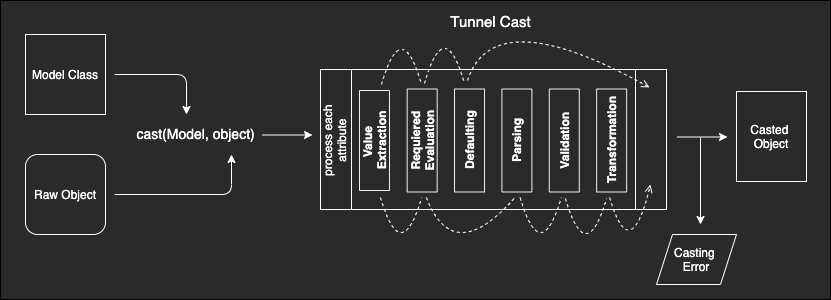
Before: packages/tunnel-cast/docs/casting-process-lean.png, a diagram exported from draw.io (OfirTheOne/tunnel-cast-modules). Source tidied: cells renumbered, new cells last; positions are measured from the earlier drawing's top-left corner, leaving out a move shared by most shapes.
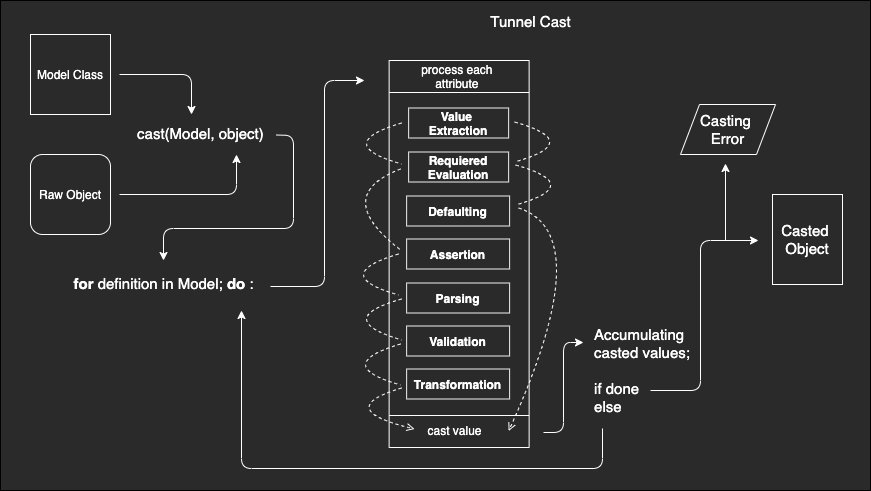
After the commit.

Change to the diagram source:
```diff
@@ -3,7 +3,7 @@
     <mxCell id="0" />
     <mxCell id="1" parent="0" />
     <mxCell id="2" style="rounded=0;whiteSpace=wrap;html=1;fillColor=#2A2A2A;" parent="1" vertex="1">
-      <mxGeometry width="830" height="299" as="geometry" />
+      <mxGeometry x="-40" width="870" height="490" as="geometry" />
     </mxCell>
     <mxCell id="3" value="&lt;span style=&quot;font-style: normal&quot;&gt;&lt;font color=&quot;#ffffff&quot;&gt;Tunnel Cast&lt;/font&gt;&lt;/span&gt;" style="text;html=1;align=center;verticalAlign=middle;strokeWidth=1;fontSize=15;fontStyle=2;" parent="1" vertex="1">
       <mxGeometry x="440" y="11" width="100" height="20" as="geometry" />
@@ -12,154 +12,220 @@
       <mxGeometry x="31" y="34" width="770" height="250" as="geometry" />
     </mxCell>
     <mxCell id="5" value="&lt;font color=&quot;#ffffff&quot;&gt;Raw Object&lt;/font&gt;" style="rounded=1;whiteSpace=wrap;html=1;fillColor=#2A2A2A;strokeColor=#FFFFFF;" parent="4" vertex="1">
-      <mxGeometry x="-6" y="120" width="80" height="80" as="geometry" />
+      <mxGeometry x="-41" y="120" width="80" height="80" as="geometry" />
     </mxCell>
     <mxCell id="6" style="endArrow=classic;html=1;verticalAlign=middle;strokeColor=#FFFFFF;" parent="4" edge="1">
       <mxGeometry relative="1" as="geometry">
-        <mxPoint x="83" y="40" as="sourcePoint" />
-        <mxPoint x="155" y="80" as="targetPoint" />
+        <mxPoint x="48" y="40" as="sourcePoint" />
+        <mxPoint x="120" y="80" as="targetPoint" />
         <Array as="points">
-          <mxPoint x="155" y="40" />
+          <mxPoint x="120" y="40" />
         </Array>
       </mxGeometry>
     </mxCell>
     <mxCell id="7" value="&lt;font color=&quot;#ffffff&quot;&gt;Model Class&lt;/font&gt;" style="whiteSpace=wrap;html=1;fillColor=#2A2A2A;strokeColor=#FFFFFF;" parent="4" vertex="1">
-      <mxGeometry x="-6" width="80" height="80" as="geometry" />
+      <mxGeometry x="-41" width="80" height="80" as="geometry" />
     </mxCell>
     <mxCell id="8" style="endArrow=classic;html=1;strokeColor=#FFFFFF;" parent="4" edge="1">
       <mxGeometry relative="1" as="geometry">
-        <mxPoint x="83" y="160" as="sourcePoint" />
-        <mxPoint x="200" y="120" as="targetPoint" />
+        <mxPoint x="48" y="160" as="sourcePoint" />
+        <mxPoint x="165" y="120" as="targetPoint" />
         <Array as="points">
-          <mxPoint x="200" y="160" />
+          <mxPoint x="165" y="160" />
         </Array>
       </mxGeometry>
     </mxCell>
-    <mxCell id="9" value="&lt;font style=&quot;font-size: 14px&quot; color=&quot;#ffffff&quot;&gt;cast(&lt;/font&gt;&lt;span style=&quot;color: rgb(255 , 255 , 255) ; font-size: 14px&quot;&gt;Model,&amp;nbsp;&lt;/span&gt;&lt;font style=&quot;font-size: 14px&quot; color=&quot;#ffffff&quot;&gt;object)&amp;nbsp;&lt;/font&gt;" style="text;html=1;align=center;verticalAlign=middle;" parent="4" vertex="1">
-      <mxGeometry x="96" y="89" width="140" height="20" as="geometry" />
+    <mxCell id="9" value="&lt;font style=&quot;font-size: 15px&quot;&gt;&lt;font style=&quot;font-size: 15px&quot; color=&quot;#ffffff&quot;&gt;cast(&lt;/font&gt;&lt;span style=&quot;color: rgb(255 , 255 , 255)&quot;&gt;Model,&amp;nbsp;&lt;/span&gt;&lt;font style=&quot;font-size: 15px&quot; color=&quot;#ffffff&quot;&gt;object)&amp;nbsp;&lt;/font&gt;&lt;/font&gt;" style="text;html=1;align=center;verticalAlign=middle;" parent="4" vertex="1">
+      <mxGeometry x="56" y="89" width="150" height="20" as="geometry" />
     </mxCell>
     <mxCell id="10" style="endArrow=classic;html=1;strokeColor=#FFFFFF;" parent="4" edge="1">
       <mxGeometry relative="1" as="geometry">
-        <mxPoint x="231" y="100.5" as="sourcePoint" />
-        <mxPoint x="281" y="100.5" as="targetPoint" />
+        <mxPoint x="205" y="100.5" as="sourcePoint" />
+        <mxPoint x="92" y="226" as="targetPoint" />
+        <Array as="points">
+          <mxPoint x="222" y="101" />
+          <mxPoint x="222" y="194" />
+          <mxPoint x="92" y="194" />
+        </Array>
       </mxGeometry>
     </mxCell>
-    <mxCell id="11" style="endArrow=classic;html=1;fontColor=#FFFFFF;fontSize=12;strokeColor=#FFFFFF;" parent="4" edge="1">
-      <mxGeometry relative="1" as="geometry">
-        <mxPoint x="646" y="102.5" as="sourcePoint" />
-        <mxPoint x="696" y="102.5" as="targetPoint" />
-      </mxGeometry>
-    </mxCell>
-    <mxCell id="12" value="&lt;font color=&quot;#ffffff&quot;&gt;&lt;span&gt;Casted&amp;nbsp;&lt;/span&gt;&lt;br&gt;&lt;span&gt;Object&lt;/span&gt;&lt;/font&gt;" style="rounded=0;whiteSpace=wrap;html=1;fillColor=#2A2A2A;strokeColor=#FFFFFF;" parent="4" vertex="1">
-      <mxGeometry x="705" y="57" width="70" height="90" as="geometry" />
-    </mxCell>
     <mxCell id="13" style="endArrow=classic;html=1;fontSize=12;fontColor=#FFFFFF;strokeColor=#FFFFFF;" parent="4" edge="1">
       <mxGeometry relative="1" as="geometry">
-        <mxPoint x="669" y="103" as="sourcePoint" />
-        <mxPoint x="669" y="190" as="targetPoint" />
+        <mxPoint x="654" y="206" as="sourcePoint" />
+        <mxPoint x="654" y="129" as="targetPoint" />
       </mxGeometry>
     </mxCell>
-    <mxCell id="14" value="&lt;font color=&quot;#ffffff&quot;&gt;Casting &lt;br&gt;Error&lt;/font&gt;" style="shape=parallelogram;perimeter=parallelogramPerimeter;whiteSpace=wrap;html=1;strokeWidth=1;fontSize=12;fillColor=#2A2A2A;strokeColor=#FFFFFF;" parent="4" vertex="1">
-      <mxGeometry x="625" y="200" width="80" height="50" as="geometry" />
+    <mxCell id="14" value="&lt;font color=&quot;#ffffff&quot; style=&quot;font-size: 15px&quot;&gt;Casting &lt;br&gt;Error&lt;/font&gt;" style="shape=parallelogram;perimeter=parallelogramPerimeter;whiteSpace=wrap;html=1;strokeWidth=1;fontSize=12;fillColor=#2A2A2A;strokeColor=#FFFFFF;" parent="4" vertex="1">
+      <mxGeometry x="609" y="70" width="95" height="50" as="geometry" />
     </mxCell>
-    <mxCell id="15" style="group;" parent="1" vertex="1">
-      <mxGeometry x="320" y="69" width="346" height="140" as="geometry" />
-    </mxCell>
-    <mxCell id="16" style="shape=process;whiteSpace=wrap;html=1;backgroundOutline=1;strokeColor=#FFFFFF;fillColor=#2A2A2A;size=0.08928571428571429;" parent="15" vertex="1">
-      <mxGeometry width="346" height="140" as="geometry" />
-    </mxCell>
+    <mxCell id="32" style="group;" parent="1" vertex="1">
+      <mxGeometry x="288" y="60" width="270" height="387" as="geometry" />
+    </mxCell>
+    <mxCell id="33" style="shape=process;whiteSpace=wrap;html=1;backgroundOutline=1;strokeColor=#FFFFFF;fillColor=#2A2A2A;size=0.08293838862559241;rotation=90;" parent="32" vertex="1">
+      <mxGeometry x="-62.9" y="123.5" width="387" height="140" as="geometry" />
+    </mxCell>
+    <mxCell id="34" style="group;" parent="32" vertex="1">
+      <mxGeometry y="0.6" width="270" height="347.8" as="geometry" />
+    </mxCell>
+    <mxCell id="35" style="group;rotation=90;" parent="34" vertex="1">
+      <mxGeometry x="-38.9" y="38.9" width="347.8" height="270" as="geometry" />
+    </mxCell>
+    <mxCell id="28" style="endArrow=none;dashed=1;html=1;curved=1;strokeColor=#FFFFFF;" parent="35" edge="1">
+      <mxGeometry relative="1" as="geometry">
+        <mxPoint x="226" y="65" as="sourcePoint" />
+        <mxPoint x="226" y="105" as="targetPoint" />
+        <Array as="points">
+          <mxPoint x="296" y="85" />
+        </Array>
+      </mxGeometry>
+    </mxCell>
+    <mxCell id="29" style="endArrow=open;dashed=1;html=1;curved=1;endFill=0;strokeColor=#FFFFFF;" parent="35" edge="1">
+      <mxGeometry relative="1" as="geometry">
+        <mxPoint x="229" y="108" as="sourcePoint" />
+        <mxPoint x="219" y="331" as="targetPoint" />
+        <Array as="points">
+          <mxPoint x="309" y="134" />
+        </Array>
+      </mxGeometry>
+    </mxCell>
+    <mxCell id="31" style="endArrow=none;dashed=1;html=1;curved=1;strokeColor=#FFFFFF;" parent="35" edge="1">
+      <mxGeometry relative="1" as="geometry">
+        <mxPoint x="225" y="22" as="sourcePoint" />
+        <mxPoint x="225" y="62" as="targetPoint" />
+        <Array as="points">
+          <mxPoint x="295" y="42" />
+        </Array>
+      </mxGeometry>
+    </mxCell>
-    <mxCell id="17" value="&lt;font color=&quot;#ffffff&quot;&gt;process each&amp;nbsp;&lt;br style=&quot;font-size: 12px&quot;&gt;attribute&amp;nbsp;&lt;/font&gt;" style="text;html=1;align=center;verticalAlign=middle;fontSize=12;rotation=270;" parent="15" vertex="1">
-      <mxGeometry x="-30.9" y="55" width="90" height="30" as="geometry" />
+    <mxCell id="17" value="&lt;font color=&quot;#ffffff&quot;&gt;process each&amp;nbsp;&lt;br style=&quot;font-size: 12px&quot;&gt;attribute&amp;nbsp;&lt;/font&gt;" style="text;html=1;align=center;verticalAlign=middle;fontSize=12;rotation=360;" parent="35" vertex="1">
+      <mxGeometry x="124" y="-39" width="90" height="30" as="geometry" />
     </mxCell>
+    <mxCell id="30" style="endArrow=none;dashed=1;html=1;curved=1;strokeColor=#FFFFFF;" parent="35" edge="1">
+      <mxGeometry relative="1" as="geometry">
+        <mxPoint x="112" y="23" as="sourcePoint" />
+        <mxPoint x="112" y="64" as="targetPoint" />
+        <Array as="points">
+          <mxPoint x="42" y="44" />
+        </Array>
+      </mxGeometry>
+    </mxCell>
+    <mxCell id="36" style="endArrow=none;dashed=1;html=1;curved=1;strokeColor=#FFFFFF;" parent="35" edge="1">
+      <mxGeometry relative="1" as="geometry">
+        <mxPoint x="109" y="154" as="sourcePoint" />
+        <mxPoint x="109" y="195" as="targetPoint" />
+        <Array as="points">
+          <mxPoint x="39" y="175" />
+        </Array>
+      </mxGeometry>
+    </mxCell>
+    <mxCell id="23" style="endArrow=open;dashed=1;html=1;curved=1;endFill=0;strokeColor=#FFFFFF;" parent="35" edge="1">
+      <mxGeometry relative="1" as="geometry">
+        <mxPoint x="112" y="288" as="sourcePoint" />
+        <mxPoint x="125" y="329" as="targetPoint" />
+        <Array as="points">
+          <mxPoint x="42" y="309" />
+        </Array>
+      </mxGeometry>
+    </mxCell>
+    <mxCell id="24" style="endArrow=none;dashed=1;html=1;curved=1;strokeColor=#FFFFFF;" parent="35" edge="1">
+      <mxGeometry relative="1" as="geometry">
+        <mxPoint x="111" y="244" as="sourcePoint" />
+        <mxPoint x="111" y="285" as="targetPoint" />
+        <Array as="points">
+          <mxPoint x="41" y="265" />
+        </Array>
+      </mxGeometry>
+    </mxCell>
+    <mxCell id="25" style="endArrow=none;dashed=1;html=1;curved=1;strokeColor=#FFFFFF;" parent="35" edge="1">
+      <mxGeometry relative="1" as="geometry">
+        <mxPoint x="112" y="199" as="sourcePoint" />
+        <mxPoint x="112" y="240" as="targetPoint" />
+        <Array as="points">
+          <mxPoint x="42" y="219" />
+        </Array>
+      </mxGeometry>
+    </mxCell>
+    <mxCell id="26" style="endArrow=none;dashed=1;html=1;curved=1;strokeColor=#FFFFFF;" parent="35" edge="1">
+      <mxGeometry relative="1" as="geometry">
+        <mxPoint x="111" y="69" as="sourcePoint" />
+        <mxPoint x="111" y="150" as="targetPoint" />
+        <Array as="points">
+          <mxPoint x="41" y="96" />
+        </Array>
+      </mxGeometry>
+    </mxCell>
-    <mxCell id="18" value="&lt;b&gt;Parsing&lt;/b&gt;" style="rounded=0;whiteSpace=wrap;html=1;strokeColor=#F0F0F0;rotation=-90;fillColor=#2A2A2A;fontColor=#FFFFFF;" parent="15" vertex="1">
-      <mxGeometry x="144.9" y="56" width="103" height="30" as="geometry" />
+    <mxCell id="18" value="&lt;b&gt;Parsing&lt;/b&gt;" style="rounded=0;whiteSpace=wrap;html=1;strokeColor=#F0F0F0;rotation=0;fillColor=#2A2A2A;fontColor=#FFFFFF;" parent="35" vertex="1">
+      <mxGeometry x="117" y="183" width="103" height="30" as="geometry" />
     </mxCell>
-    <mxCell id="19" value="&lt;b&gt;Validation&lt;/b&gt;" style="rounded=0;whiteSpace=wrap;html=1;strokeColor=#F0F0F0;rotation=-90;fillColor=#2A2A2A;fontColor=#FFFFFF;" parent="15" vertex="1">
-      <mxGeometry x="192.3" y="56" width="103" height="30" as="geometry" />
+    <mxCell id="19" value="&lt;b&gt;Validation&lt;/b&gt;" style="rounded=0;whiteSpace=wrap;html=1;strokeColor=#F0F0F0;rotation=0;fillColor=#2A2A2A;fontColor=#FFFFFF;" parent="35" vertex="1">
+      <mxGeometry x="117" y="226" width="103" height="30" as="geometry" />
     </mxCell>
-    <mxCell id="20" value="&lt;b&gt;Transformation&lt;/b&gt;" style="rounded=0;whiteSpace=wrap;html=1;strokeColor=#F0F0F0;rotation=-90;fillColor=#2A2A2A;fontColor=#FFFFFF;" parent="15" vertex="1">
-      <mxGeometry x="239.7" y="56" width="103" height="30" as="geometry" />
+    <mxCell id="20" value="&lt;b&gt;Transformation&lt;/b&gt;" style="rounded=0;whiteSpace=wrap;html=1;strokeColor=#F0F0F0;rotation=0;fillColor=#2A2A2A;fontColor=#FFFFFF;" parent="35" vertex="1">
+      <mxGeometry x="117" y="269" width="103" height="30" as="geometry" />
     </mxCell>
-    <mxCell id="21" value="&lt;b&gt;Requiered Evaluation&lt;/b&gt;" style="rounded=0;whiteSpace=wrap;html=1;strokeColor=#F0F0F0;rotation=-90;fillColor=#2A2A2A;fontColor=#FFFFFF;" parent="15" vertex="1">
-      <mxGeometry x="50.2" y="56" width="103" height="30" as="geometry" />
+    <mxCell id="21" value="&lt;meta charset=&quot;utf-8&quot;&gt;&lt;b style=&quot;color: rgb(255, 255, 255); font-family: Helvetica; font-size: 12px; font-style: normal; font-variant-ligatures: normal; font-variant-caps: normal; letter-spacing: normal; orphans: 2; text-align: center; text-indent: 0px; text-transform: none; widows: 2; word-spacing: 0px; -webkit-text-stroke-width: 0px; text-decoration-style: initial; text-decoration-color: initial;&quot;&gt;Defaulting&lt;/b&gt;" style="rounded=0;whiteSpace=wrap;html=1;strokeColor=#F0F0F0;rotation=0;fillColor=#2A2A2A;fontColor=#FFFFFF;" parent="35" vertex="1">
+      <mxGeometry x="117" y="96" width="103" height="30" as="geometry" />
     </mxCell>
-    <mxCell id="22" value="&lt;b&gt;Defaulting&lt;/b&gt;" style="rounded=0;whiteSpace=wrap;html=1;strokeColor=#F0F0F0;rotation=-90;fillColor=#2A2A2A;fontColor=#FFFFFF;" parent="15" vertex="1">
-      <mxGeometry x="97.6" y="56" width="103" height="30" as="geometry" />
+    <mxCell id="22" value="&lt;b&gt;Assertion&lt;/b&gt;" style="rounded=0;whiteSpace=wrap;html=1;strokeColor=#F0F0F0;rotation=0;fillColor=#2A2A2A;fontColor=#FFFFFF;" parent="35" vertex="1">
+      <mxGeometry x="117" y="139" width="103" height="30" as="geometry" />
     </mxCell>
-    <mxCell id="23" style="endArrow=open;dashed=1;html=1;curved=1;endFill=0;strokeColor=#FFFFFF;" parent="15" edge="1">
-      <mxGeometry relative="1" as="geometry">
-        <mxPoint x="289.2" y="128" as="sourcePoint" />
-        <mxPoint x="330" y="115" as="targetPoint" />
-        <Array as="points">
-          <mxPoint x="309.7" y="198" />
-        </Array>
-      </mxGeometry>
-    </mxCell>
-    <mxCell id="24" style="endArrow=none;dashed=1;html=1;curved=1;strokeColor=#FFFFFF;" parent="15" edge="1">
-      <mxGeometry relative="1" as="geometry">
-        <mxPoint x="244.9" y="129" as="sourcePoint" />
-        <mxPoint x="286.1" y="129" as="targetPoint" />
-        <Array as="points">
-          <mxPoint x="265.5" y="199" />
-        </Array>
-      </mxGeometry>
-    </mxCell>
-    <mxCell id="25" style="endArrow=none;dashed=1;html=1;curved=1;strokeColor=#FFFFFF;" parent="15" edge="1">
-      <mxGeometry relative="1" as="geometry">
-        <mxPoint x="199.6" y="128" as="sourcePoint" />
-        <mxPoint x="240.8" y="128" as="targetPoint" />
-        <Array as="points">
-          <mxPoint x="220.2" y="198" />
-        </Array>
-      </mxGeometry>
-    </mxCell>
-    <mxCell id="26" style="endArrow=none;dashed=1;html=1;curved=1;strokeColor=#FFFFFF;" parent="15" edge="1">
-      <mxGeometry relative="1" as="geometry">
-        <mxPoint x="105.9" y="128" as="sourcePoint" />
-        <mxPoint x="194.5" y="128" as="targetPoint" />
-        <Array as="points">
-          <mxPoint x="132.7" y="198" />
-        </Array>
-      </mxGeometry>
-    </mxCell>
-    <mxCell id="27" value="&lt;b&gt;Value &lt;br&gt;Extraction&lt;/b&gt;" style="rounded=0;whiteSpace=wrap;html=1;strokeColor=#F0F0F0;rotation=-90;fillColor=#2A2A2A;fontColor=#FFFFFF;" parent="15" vertex="1">
-      <mxGeometry x="4" y="56" width="100" height="30" as="geometry" />
+    <mxCell id="27" value="&lt;b&gt;Requiered Evaluation&lt;/b&gt;" style="rounded=0;whiteSpace=wrap;html=1;strokeColor=#F0F0F0;rotation=0;fillColor=#2A2A2A;fontColor=#FFFFFF;" parent="35" vertex="1">
+      <mxGeometry x="119" y="52" width="100" height="30" as="geometry" />
     </mxCell>
-    <mxCell id="28" style="endArrow=none;dashed=1;html=1;curved=1;strokeColor=#FFFFFF;" parent="1" edge="1">
-      <mxGeometry relative="1" as="geometry">
-        <mxPoint x="424" y="83" as="sourcePoint" />
-        <mxPoint x="464" y="83" as="targetPoint" />
-        <Array as="points">
-          <mxPoint x="444" y="13" />
-        </Array>
-      </mxGeometry>
-    </mxCell>
-    <mxCell id="29" style="endArrow=open;dashed=1;html=1;curved=1;entryX=0.948;entryY=0.107;entryDx=0;entryDy=0;entryPerimeter=0;endFill=0;strokeColor=#FFFFFF;" parent="1" edge="1">
-      <mxGeometry relative="1" as="geometry">
-        <mxPoint x="467" y="80" as="sourcePoint" />
-        <mxPoint x="649" y="87" as="targetPoint" />
-        <Array as="points">
-          <mxPoint x="493" />
-        </Array>
-      </mxGeometry>
-    </mxCell>
-    <mxCell id="30" style="endArrow=none;dashed=1;html=1;curved=1;strokeColor=#FFFFFF;" parent="1" edge="1">
-      <mxGeometry relative="1" as="geometry">
-        <mxPoint x="380" y="197" as="sourcePoint" />
-        <mxPoint x="421.2" y="197" as="targetPoint" />
-        <Array as="points">
-          <mxPoint x="400.6" y="267" />
-        </Array>
-      </mxGeometry>
-    </mxCell>
-    <mxCell id="31" style="endArrow=none;dashed=1;html=1;curved=1;strokeColor=#FFFFFF;" parent="1" edge="1">
-      <mxGeometry relative="1" as="geometry">
-        <mxPoint x="381" y="84" as="sourcePoint" />
-        <mxPoint x="421" y="84" as="targetPoint" />
-        <Array as="points">
-          <mxPoint x="401" y="14" />
-        </Array>
-      </mxGeometry>
-    </mxCell>
+    <mxCell id="37" value="&lt;b&gt;Value &lt;br&gt;Extraction&lt;/b&gt;" style="rounded=0;whiteSpace=wrap;html=1;strokeColor=#F0F0F0;rotation=0;fillColor=#2A2A2A;fontColor=#FFFFFF;" parent="35" vertex="1">
+      <mxGeometry x="119" y="8" width="100" height="30" as="geometry" />
+    </mxCell>
+    <mxCell id="38" value="&lt;font color=&quot;#ffffff&quot;&gt;cast value&lt;/font&gt;" style="text;html=1;align=center;verticalAlign=middle;" parent="32" vertex="1">
+      <mxGeometry x="91" y="360" width="70" height="20" as="geometry" />
+    </mxCell>
+    <mxCell id="39" value="&lt;font style=&quot;font-size: 15px&quot; color=&quot;#ffffff&quot;&gt;&lt;b&gt;for&lt;/b&gt; definition in Model;&amp;nbsp;&lt;b&gt;do&lt;/b&gt; :&lt;/font&gt;" style="text;html=1;align=center;verticalAlign=middle;" parent="1" vertex="1">
+      <mxGeometry x="23" y="273" width="200" height="20" as="geometry" />
+    </mxCell>
+    <mxCell id="40" style="endArrow=classic;html=1;strokeColor=#FFFFFF;" parent="1" edge="1">
+      <mxGeometry relative="1" as="geometry">
+        <mxPoint x="230" y="286" as="sourcePoint" />
+        <mxPoint x="324" y="80" as="targetPoint" />
+        <Array as="points">
+          <mxPoint x="284" y="286" />
+          <mxPoint x="284" y="80" />
+        </Array>
+      </mxGeometry>
+    </mxCell>
+    <mxCell id="41" value="&lt;p style=&quot;line-height: 130%&quot;&gt;&lt;/p&gt;&lt;div style=&quot;text-align: left&quot;&gt;&lt;font color=&quot;#ffffff&quot;&gt;&lt;span style=&quot;font-size: 15px&quot;&gt;Accumulating&lt;/span&gt;&lt;/font&gt;&lt;br&gt;&lt;/div&gt;&lt;font style=&quot;font-size: 15px&quot; color=&quot;#ffffff&quot;&gt;&lt;div style=&quot;text-align: left&quot;&gt;&lt;span&gt;casted values;&lt;/span&gt;&lt;/div&gt;&lt;div style=&quot;text-align: left&quot;&gt;&lt;span&gt;&lt;br&gt;&lt;/span&gt;&lt;/div&gt;&lt;div style=&quot;text-align: left&quot;&gt;&lt;span&gt;if done&lt;/span&gt;&lt;/div&gt;&lt;div style=&quot;text-align: left&quot;&gt;&lt;span&gt;else&lt;/span&gt;&lt;/div&gt;&lt;/font&gt;&lt;p&gt;&lt;/p&gt;" style="rounded=0;whiteSpace=wrap;html=1;fillColor=none;strokeColor=none;" parent="1" vertex="1">
+      <mxGeometry x="537" y="340" width="130" height="60" as="geometry" />
+    </mxCell>
+    <mxCell id="42" style="endArrow=classic;html=1;strokeColor=#FFFFFF;" parent="1" edge="1">
+      <mxGeometry relative="1" as="geometry">
+        <mxPoint x="503" y="432" as="sourcePoint" />
+        <mxPoint x="543" y="342" as="targetPoint" />
+        <Array as="points">
+          <mxPoint x="523" y="432" />
+          <mxPoint x="523" y="342" />
+        </Array>
+      </mxGeometry>
+    </mxCell>
+    <mxCell id="43" style="endArrow=classic;html=1;strokeColor=#FFFFFF;" parent="1" edge="1">
+      <mxGeometry relative="1" as="geometry">
+        <mxPoint x="562" y="428" as="sourcePoint" />
+        <mxPoint x="201" y="310" as="targetPoint" />
+        <Array as="points">
+          <mxPoint x="562" y="468" />
+          <mxPoint x="201" y="468" />
+        </Array>
+      </mxGeometry>
+    </mxCell>
+    <mxCell id="12" value="&lt;font color=&quot;#ffffff&quot; style=&quot;font-size: 15px&quot;&gt;&lt;span&gt;Casted&amp;nbsp;&lt;/span&gt;&lt;br&gt;&lt;span&gt;Object&lt;/span&gt;&lt;/font&gt;" style="rounded=0;whiteSpace=wrap;html=1;fillColor=#2A2A2A;strokeColor=#FFFFFF;" parent="1" vertex="1">
+      <mxGeometry x="732" y="194" width="70" height="90" as="geometry" />
+    </mxCell>
+    <mxCell id="11" style="endArrow=classic;html=1;fontColor=#FFFFFF;fontSize=12;strokeColor=#FFFFFF;" parent="1" edge="1">
+      <mxGeometry relative="1" as="geometry">
+        <mxPoint x="610" y="390" as="sourcePoint" />
+        <mxPoint x="718" y="240" as="targetPoint" />
+        <Array as="points">
+          <mxPoint x="660" y="390" />
+          <mxPoint x="660" y="240" />
+        </Array>
+      </mxGeometry>
+    </mxCell>
   </root>
 </mxGraphModel>
```
